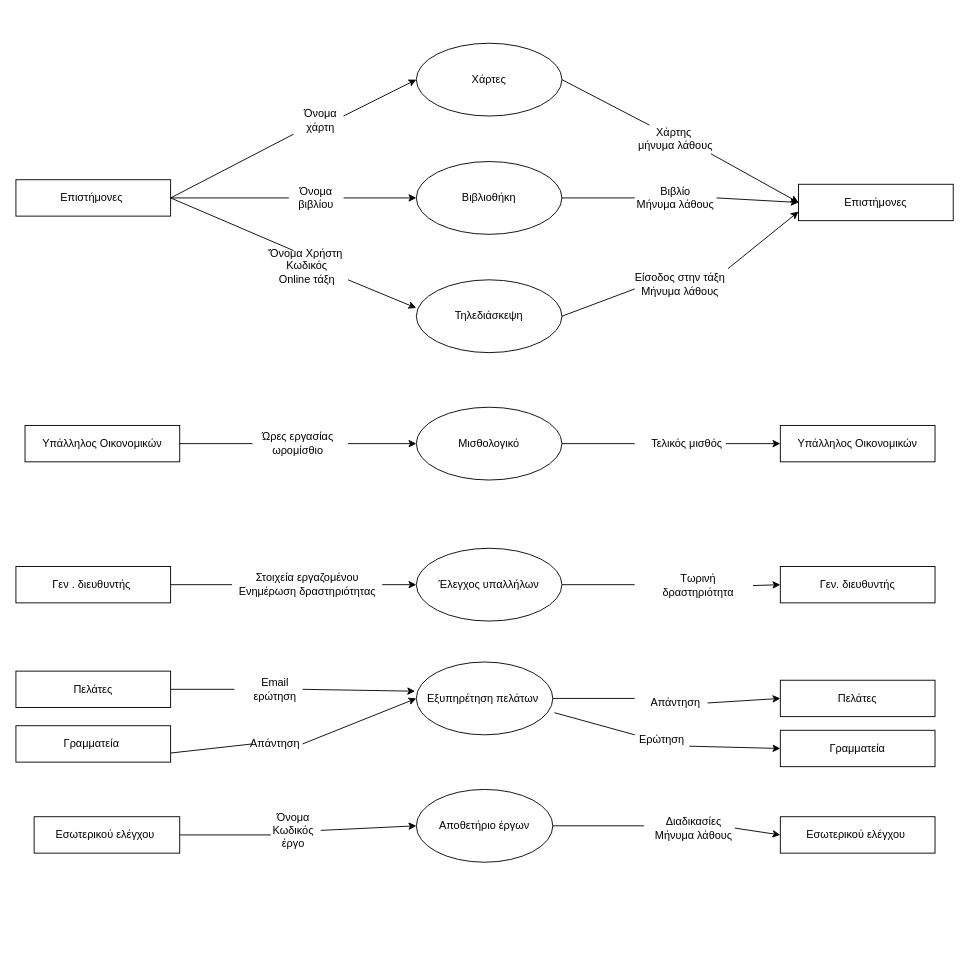
This is dfd2.drawio from vag4me/Information_system, a draw.io file, before an edit. Source tidied: cells renumbered, new cells numbered last; positions are measured from the earlier drawing's top-left corner, leaving out a move shared by most shapes. Both pictures are drawn from the tidied source at 91%, with x=0, y=0 at pixel (15, 43).
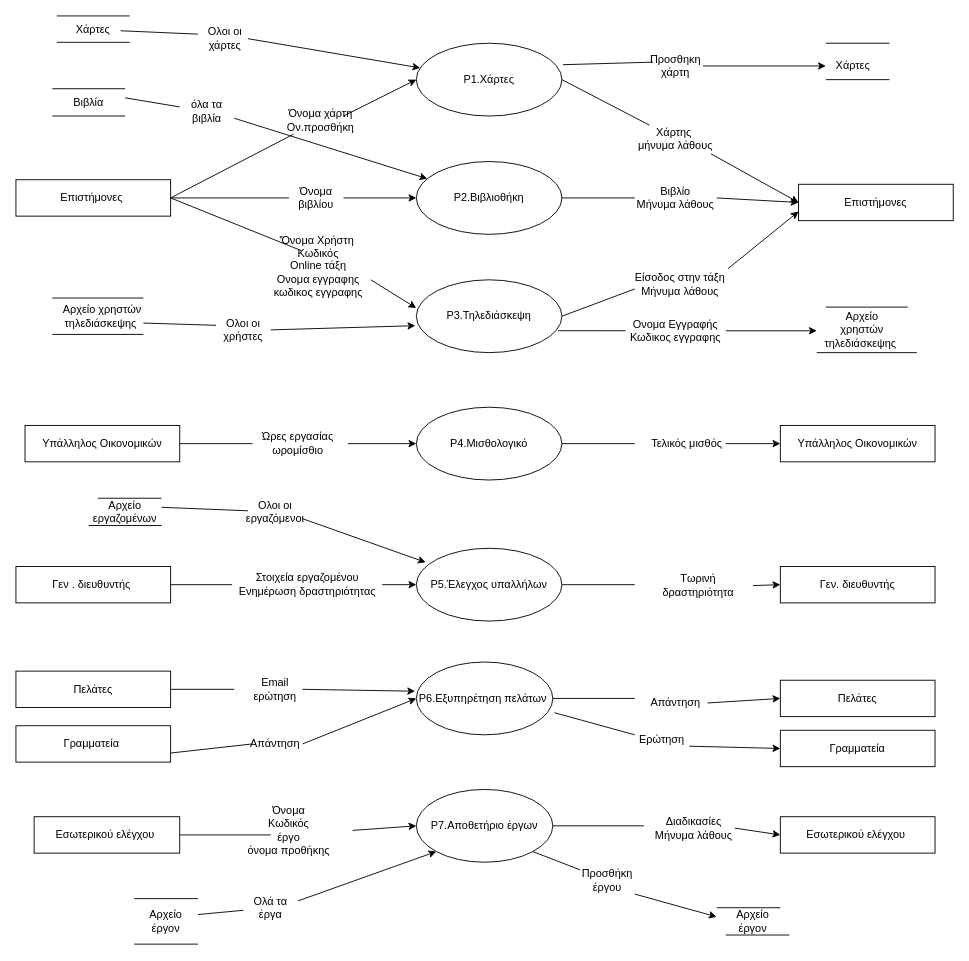
The same page after the edit.

What changed in the source:
```diff
@@
-    <mxCell id="3" value="Χάρτες" style="ellipse;whiteSpace=wrap;html=1;align=center;" parent="1" vertex="1">
+    <mxCell id="3" value="Ρ1.Χάρτες" style="ellipse;whiteSpace=wrap;html=1;align=center;" parent="1" vertex="1">
       <mxGeometry x="440" width="160" height="80" as="geometry" />
     </mxCell>
@@
-    <mxCell id="5" value="Όνομα χάρτη" style="text;html=1;strokeColor=none;fillColor=none;align=center;verticalAlign=middle;whiteSpace=wrap;rounded=0;" parent="1" vertex="1">
+    <mxCell id="5" value="Όνομα χάρτη&lt;br&gt;Ον.προσθήκη" style="text;html=1;strokeColor=none;fillColor=none;align=center;verticalAlign=middle;whiteSpace=wrap;rounded=0;" parent="1" vertex="1">
       <mxGeometry x="305" y="70" width="60" height="30" as="geometry" />
     </mxCell>
@@
-    <mxCell id="7" value="Βιβλιοθήκη" style="ellipse;whiteSpace=wrap;html=1;align=center;" parent="1" vertex="1">
+    <mxCell id="7" value="Ρ2.Βιβλιοθήκη" style="ellipse;whiteSpace=wrap;html=1;align=center;" parent="1" vertex="1">
       <mxGeometry x="440" y="130" width="160" height="80" as="geometry" />
     </mxCell>
@@
-    <mxCell id="11" value="Τηλεδιάσκεψη" style="ellipse;whiteSpace=wrap;html=1;align=center;" parent="1" vertex="1">
+    <mxCell id="11" value="Ρ3.Τηλεδιάσκεψη" style="ellipse;whiteSpace=wrap;html=1;align=center;" parent="1" vertex="1">
       <mxGeometry x="440" y="260" width="160" height="80" as="geometry" />
     </mxCell>
@@
-    <mxCell id="13" value="'Όνομα Χρήστη&amp;nbsp;&lt;br&gt;Κωδικός&lt;br&gt;Online τάξη" style="text;html=1;strokeColor=none;fillColor=none;align=center;verticalAlign=middle;whiteSpace=wrap;rounded=0;" parent="1" vertex="1">
-      <mxGeometry x="275" y="230" width="90" height="30" as="geometry" />
+    <mxCell id="13" value="'Όνομα Χρήστη&amp;nbsp;&lt;br&gt;Κωδικός&lt;br&gt;Online τάξη&lt;br&gt;Ονομα εγγραφης&lt;br&gt;κωδικος εγγραφης" style="text;html=1;strokeColor=none;fillColor=none;align=center;verticalAlign=middle;whiteSpace=wrap;rounded=0;" parent="1" vertex="1">
+      <mxGeometry x="275" y="230" width="115" height="30" as="geometry" />
     </mxCell>
@@
-    <mxCell id="26" value="Μισθολογικό" style="ellipse;whiteSpace=wrap;html=1;align=center;" parent="1" vertex="1">
+    <mxCell id="26" value="Ρ4.Μισθολογικό" style="ellipse;whiteSpace=wrap;html=1;align=center;" parent="1" vertex="1">
       <mxGeometry x="440" y="400" width="160" height="80" as="geometry" />
     </mxCell>
@@
-    <mxCell id="37" value="Έλεγχος υπαλλήλων" style="ellipse;whiteSpace=wrap;html=1;align=center;" parent="1" vertex="1">
+    <mxCell id="37" value="Ρ5.Έλεγχος υπαλλήλων" style="ellipse;whiteSpace=wrap;html=1;align=center;" parent="1" vertex="1">
       <mxGeometry x="440" y="555" width="160" height="80" as="geometry" />
     </mxCell>
@@
-    <mxCell id="46" value="Εξυπηρέτηση πελάτων&amp;nbsp;" style="ellipse;whiteSpace=wrap;html=1;align=center;" parent="1" vertex="1">
+    <mxCell id="46" value="Ρ6.Εξυπηρέτηση πελάτων&amp;nbsp;" style="ellipse;whiteSpace=wrap;html=1;align=center;" parent="1" vertex="1">
       <mxGeometry x="440" y="680" width="150" height="80" as="geometry" />
     </mxCell>
@@
-    <mxCell id="61" value="Αποθετήριο έργων" style="ellipse;whiteSpace=wrap;html=1;align=center;" parent="1" vertex="1">
+    <mxCell id="61" value="Ρ7.Αποθετήριο έργων" style="ellipse;whiteSpace=wrap;html=1;align=center;" parent="1" vertex="1">
       <mxGeometry x="440" y="820" width="150" height="80" as="geometry" />
     </mxCell>
@@
-    <mxCell id="63" value="Όνομα&lt;br&gt;Κωδικός&lt;br&gt;έργο" style="text;html=1;strokeColor=none;fillColor=none;align=center;verticalAlign=middle;whiteSpace=wrap;rounded=0;" parent="1" vertex="1">
-      <mxGeometry x="275" y="850" width="60" height="30" as="geometry" />
+    <mxCell id="63" value="Όνομα&lt;br&gt;Κωδικός&lt;br&gt;έργο&lt;br&gt;όνομα προθήκης" style="text;html=1;strokeColor=none;fillColor=none;align=center;verticalAlign=middle;whiteSpace=wrap;rounded=0;" parent="1" vertex="1">
+      <mxGeometry x="230" y="850" width="140" height="30" as="geometry" />
     </mxCell>
@@
+    <mxCell id="69" style="endArrow=none;html=1;rounded=0;" parent="1" edge="1">
+      <mxGeometry relative="1" as="geometry">
+        <mxPoint x="45" y="-30" as="sourcePoint" />
+        <mxPoint x="125" y="-30" as="targetPoint" />
+      </mxGeometry>
+    </mxCell>
+    <mxCell id="70" value="Χάρτες" style="text;html=1;strokeColor=none;fillColor=none;align=center;verticalAlign=middle;whiteSpace=wrap;rounded=0;" parent="1" vertex="1">
+      <mxGeometry x="55" y="-30" width="60" height="30" as="geometry" />
+    </mxCell>
+    <mxCell id="71" style="endArrow=none;html=1;rounded=0;" parent="1" edge="1" target="70">
+      <mxGeometry relative="1" as="geometry">
+        <mxPoint x="200" y="-10" as="sourcePoint" />
+      </mxGeometry>
+    </mxCell>
+    <mxCell id="72" value="Ολοι οι χάρτες" style="text;html=1;strokeColor=none;fillColor=none;align=center;verticalAlign=middle;whiteSpace=wrap;rounded=0;" parent="1" vertex="1">
+      <mxGeometry x="205" y="-20" width="50" height="30" as="geometry" />
+    </mxCell>
+    <mxCell id="73" style="endArrow=none;html=1;rounded=0;" parent="1" edge="1">
+      <mxGeometry relative="1" as="geometry">
+        <mxPoint x="45" y="-1" as="sourcePoint" />
+        <mxPoint x="125" y="-1" as="targetPoint" />
+      </mxGeometry>
+    </mxCell>
+    <mxCell id="74" style="endArrow=classic;html=1;rounded=0;exitX=1;exitY=0.5;exitDx=0;exitDy=0;" parent="1" edge="1" source="72" target="3">
+      <mxGeometry relative="1" as="geometry" />
+    </mxCell>
+    <mxCell id="75" style="endArrow=none;html=1;rounded=0;" parent="1" edge="1">
+      <mxGeometry relative="1" as="geometry">
+        <mxPoint x="40" y="50" as="sourcePoint" />
+        <mxPoint x="120" y="50" as="targetPoint" />
+      </mxGeometry>
+    </mxCell>
+    <mxCell id="76" style="endArrow=none;html=1;rounded=0;" parent="1" edge="1">
+      <mxGeometry relative="1" as="geometry">
+        <mxPoint x="40" y="80" as="sourcePoint" />
+        <mxPoint x="120" y="80" as="targetPoint" />
+      </mxGeometry>
+    </mxCell>
+    <mxCell id="77" value="Βιβλία" style="text;html=1;strokeColor=none;fillColor=none;align=center;verticalAlign=middle;whiteSpace=wrap;rounded=0;" parent="1" vertex="1">
+      <mxGeometry x="50" y="50" width="60" height="30" as="geometry" />
+    </mxCell>
+    <mxCell id="78" style="endArrow=none;html=1;rounded=0;" parent="1" edge="1">
+      <mxGeometry relative="1" as="geometry">
+        <mxPoint x="120" y="60" as="sourcePoint" />
+        <mxPoint x="180" y="70" as="targetPoint" />
+      </mxGeometry>
+    </mxCell>
+    <mxCell id="79" value="όλα τα βιβλία" style="text;html=1;strokeColor=none;fillColor=none;align=center;verticalAlign=middle;whiteSpace=wrap;rounded=0;" parent="1" vertex="1">
+      <mxGeometry x="180" y="60" width="60" height="30" as="geometry" />
+    </mxCell>
+    <mxCell id="80" style="endArrow=classic;html=1;rounded=0;exitX=1;exitY=0.75;exitDx=0;exitDy=0;" parent="1" edge="1" source="79" target="7">
+      <mxGeometry relative="1" as="geometry" />
+    </mxCell>
+    <mxCell id="81" style="endArrow=none;html=1;rounded=0;" parent="1" edge="1">
+      <mxGeometry relative="1" as="geometry">
+        <mxPoint x="40" y="280" as="sourcePoint" />
+        <mxPoint x="140" y="280" as="targetPoint" />
+      </mxGeometry>
+    </mxCell>
+    <mxCell id="82" value="Αρχείο χρηστών τηλεδιάσκεψης&amp;nbsp;" style="text;html=1;strokeColor=none;fillColor=none;align=center;verticalAlign=middle;whiteSpace=wrap;rounded=0;" parent="1" vertex="1">
+      <mxGeometry x="50" y="285" width="90" height="30" as="geometry" />
+    </mxCell>
+    <mxCell id="83" style="endArrow=none;html=1;rounded=0;" parent="1" edge="1">
+      <mxGeometry relative="1" as="geometry">
+        <mxPoint x="40" y="320" as="sourcePoint" />
+        <mxPoint x="140" y="320" as="targetPoint" />
+      </mxGeometry>
+    </mxCell>
+    <mxCell id="84" style="endArrow=none;html=1;rounded=0;exitX=1;exitY=0.75;exitDx=0;exitDy=0;" parent="1" edge="1" source="82">
+      <mxGeometry relative="1" as="geometry">
+        <mxPoint x="220" y="310" as="targetPoint" />
+      </mxGeometry>
+    </mxCell>
+    <mxCell id="85" value="Ολοι οι χρήστες" style="text;html=1;strokeColor=none;fillColor=none;align=center;verticalAlign=middle;whiteSpace=wrap;rounded=0;" parent="1" vertex="1">
+      <mxGeometry x="220" y="300" width="60" height="30" as="geometry" />
+    </mxCell>
+    <mxCell id="86" style="endArrow=classic;html=1;rounded=0;exitX=1;exitY=0.5;exitDx=0;exitDy=0;entryX=-0.007;entryY=0.63;entryDx=0;entryDy=0;entryPerimeter=0;" parent="1" edge="1" source="85" target="11">
+      <mxGeometry relative="1" as="geometry" />
+    </mxCell>
+    <mxCell id="87" style="endArrow=none;html=1;rounded=0;" parent="1" edge="1">
+      <mxGeometry relative="1" as="geometry">
+        <mxPoint x="90" y="500" as="sourcePoint" />
+        <mxPoint x="160" y="500" as="targetPoint" />
+      </mxGeometry>
+    </mxCell>
+    <mxCell id="88" value="Αρχείο εργαζομένων" style="text;html=1;strokeColor=none;fillColor=none;align=center;verticalAlign=middle;whiteSpace=wrap;rounded=0;" parent="1" vertex="1">
+      <mxGeometry x="90" y="500" width="60" height="30" as="geometry" />
+    </mxCell>
+    <mxCell id="89" style="endArrow=none;html=1;rounded=0;" parent="1" edge="1">
+      <mxGeometry relative="1" as="geometry">
+        <mxPoint x="80" y="530" as="sourcePoint" />
+        <mxPoint x="160" y="530" as="targetPoint" />
+      </mxGeometry>
+    </mxCell>
+    <mxCell id="90" style="endArrow=none;html=1;rounded=0;" parent="1" edge="1" target="91">
+      <mxGeometry relative="1" as="geometry">
+        <mxPoint x="160" y="510" as="sourcePoint" />
+      </mxGeometry>
+    </mxCell>
+    <mxCell id="91" value="Ολοι οι εργαζόμενοι" style="text;html=1;strokeColor=none;fillColor=none;align=center;verticalAlign=middle;whiteSpace=wrap;rounded=0;" parent="1" vertex="1">
+      <mxGeometry x="255" y="500" width="60" height="30" as="geometry" />
+    </mxCell>
+    <mxCell id="92" style="endArrow=classic;html=1;rounded=0;exitX=1;exitY=0.75;exitDx=0;exitDy=0;entryX=0.064;entryY=0.193;entryDx=0;entryDy=0;entryPerimeter=0;" parent="1" edge="1" source="91" target="37">
+      <mxGeometry relative="1" as="geometry" />
+    </mxCell>
+    <mxCell id="93" style="endArrow=none;html=1;rounded=0;" parent="1" edge="1">
+      <mxGeometry relative="1" as="geometry">
+        <mxPoint x="130" y="940" as="sourcePoint" />
+        <mxPoint x="200" y="940" as="targetPoint" />
+      </mxGeometry>
+    </mxCell>
+    <mxCell id="94" value="Αρχείο έργον" style="text;html=1;strokeColor=none;fillColor=none;align=center;verticalAlign=middle;whiteSpace=wrap;rounded=0;" parent="1" vertex="1">
+      <mxGeometry x="130" y="950" width="70" height="30" as="geometry" />
+    </mxCell>
+    <mxCell id="95" style="endArrow=none;html=1;rounded=0;" parent="1" edge="1">
+      <mxGeometry relative="1" as="geometry">
+        <mxPoint x="130" y="990" as="sourcePoint" />
+        <mxPoint x="200" y="990" as="targetPoint" />
+      </mxGeometry>
+    </mxCell>
+    <mxCell id="96" style="endArrow=none;html=1;rounded=0;exitX=1;exitY=0.25;exitDx=0;exitDy=0;" parent="1" edge="1" source="94" target="97">
+      <mxGeometry relative="1" as="geometry" />
+    </mxCell>
+    <mxCell id="97" value="Ολά τα έργα" style="text;html=1;strokeColor=none;fillColor=none;align=center;verticalAlign=middle;whiteSpace=wrap;rounded=0;" parent="1" vertex="1">
+      <mxGeometry x="250" y="935" width="60" height="30" as="geometry" />
+    </mxCell>
+    <mxCell id="98" style="endArrow=classic;html=1;rounded=0;entryX=0;entryY=1;entryDx=0;entryDy=0;exitX=1;exitY=0.25;exitDx=0;exitDy=0;" parent="1" edge="1" source="97" target="61">
+      <mxGeometry relative="1" as="geometry" />
+    </mxCell>
+    <mxCell id="99" style="endArrow=none;html=1;rounded=0;entryX=1;entryY=1;entryDx=0;entryDy=0;" parent="1" edge="1" source="100" target="61">
+      <mxGeometry relative="1" as="geometry" />
+    </mxCell>
+    <mxCell id="100" value="Προσθήκη έργου" style="text;html=1;strokeColor=none;fillColor=none;align=center;verticalAlign=middle;whiteSpace=wrap;rounded=0;" parent="1" vertex="1">
+      <mxGeometry x="620" y="905" width="60" height="30" as="geometry" />
+    </mxCell>
+    <mxCell id="101" style="endArrow=none;html=1;rounded=0;" parent="1" edge="1">
+      <mxGeometry relative="1" as="geometry">
+        <mxPoint x="770" y="950" as="sourcePoint" />
+        <mxPoint x="840" y="950" as="targetPoint" />
+      </mxGeometry>
+    </mxCell>
+    <mxCell id="102" value="Αρχείο έργον" style="text;html=1;strokeColor=none;fillColor=none;align=center;verticalAlign=middle;whiteSpace=wrap;rounded=0;" parent="1" vertex="1">
+      <mxGeometry x="780" y="950" width="60" height="30" as="geometry" />
+    </mxCell>
+    <mxCell id="103" style="endArrow=none;html=1;rounded=0;exitX=0;exitY=1;exitDx=0;exitDy=0;" parent="1" edge="1" source="102">
+      <mxGeometry relative="1" as="geometry">
+        <mxPoint x="850" y="980" as="targetPoint" />
+      </mxGeometry>
+    </mxCell>
+    <mxCell id="104" style="endArrow=classic;html=1;rounded=0;exitX=1;exitY=1;exitDx=0;exitDy=0;" parent="1" edge="1" source="100">
+      <mxGeometry relative="1" as="geometry">
+        <mxPoint x="770" y="960" as="targetPoint" />
+      </mxGeometry>
+    </mxCell>
+    <mxCell id="105" style="endArrow=none;html=1;rounded=0;" parent="1" edge="1">
+      <mxGeometry relative="1" as="geometry">
+        <mxPoint x="890" y="290" as="sourcePoint" />
+        <mxPoint x="980" y="290" as="targetPoint" />
+      </mxGeometry>
+    </mxCell>
+    <mxCell id="106" value="Αρχείο χρηστών τηλεδιάσκεψης&amp;nbsp;" style="text;html=1;strokeColor=none;fillColor=none;align=center;verticalAlign=middle;whiteSpace=wrap;rounded=0;" parent="1" vertex="1">
+      <mxGeometry x="900" y="300" width="60" height="30" as="geometry" />
+    </mxCell>
+    <mxCell id="107" style="endArrow=none;html=1;rounded=0;" parent="1" edge="1">
+      <mxGeometry relative="1" as="geometry">
+        <mxPoint x="880" y="340" as="sourcePoint" />
+        <mxPoint x="990" y="340" as="targetPoint" />
+      </mxGeometry>
+    </mxCell>
+    <mxCell id="108" style="endArrow=none;html=1;rounded=0;exitX=0.974;exitY=0.699;exitDx=0;exitDy=0;exitPerimeter=0;" parent="1" edge="1" source="11" target="109">
+      <mxGeometry relative="1" as="geometry" />
+    </mxCell>
+    <mxCell id="109" value="Ονομα Εγγραφής&lt;br&gt;Κωδικος εγγραφης" style="text;html=1;strokeColor=none;fillColor=none;align=center;verticalAlign=middle;whiteSpace=wrap;rounded=0;" parent="1" vertex="1">
+      <mxGeometry x="670" y="301" width="110" height="30" as="geometry" />
+    </mxCell>
+    <mxCell id="110" style="endArrow=classic;html=1;rounded=0;exitX=1;exitY=0.5;exitDx=0;exitDy=0;" parent="1" edge="1" source="109">
+      <mxGeometry relative="1" as="geometry">
+        <mxPoint x="880" y="316" as="targetPoint" />
+      </mxGeometry>
+    </mxCell>
+    <mxCell id="111" style="endArrow=none;html=1;rounded=0;" parent="1" edge="1">
+      <mxGeometry relative="1" as="geometry">
+        <mxPoint x="890" as="sourcePoint" />
+        <mxPoint x="960" as="targetPoint" />
+      </mxGeometry>
+    </mxCell>
+    <mxCell id="112" style="endArrow=none;html=1;rounded=0;" parent="1" edge="1">
+      <mxGeometry relative="1" as="geometry">
+        <mxPoint x="890" y="40" as="sourcePoint" />
+        <mxPoint x="960" y="40" as="targetPoint" />
+      </mxGeometry>
+    </mxCell>
+    <mxCell id="113" value="Χάρτες" style="text;html=1;strokeColor=none;fillColor=none;align=center;verticalAlign=middle;whiteSpace=wrap;rounded=0;" parent="1" vertex="1">
+      <mxGeometry x="890" y="10" width="60" height="30" as="geometry" />
+    </mxCell>
+    <mxCell id="114" style="endArrow=none;html=1;rounded=0;exitX=1.007;exitY=0.295;exitDx=0;exitDy=0;exitPerimeter=0;" parent="1" edge="1" source="3">
+      <mxGeometry relative="1" as="geometry">
+        <mxPoint x="700" y="20.8" as="targetPoint" />
+      </mxGeometry>
+    </mxCell>
+    <mxCell id="115" value="Προσθηκη χάρτη" style="text;html=1;strokeColor=none;fillColor=none;align=center;verticalAlign=middle;whiteSpace=wrap;rounded=0;" parent="1" vertex="1">
+      <mxGeometry x="695" y="10" width="60" height="30" as="geometry" />
+    </mxCell>
+    <mxCell id="116" style="endArrow=classic;html=1;rounded=0;exitX=1;exitY=0.5;exitDx=0;exitDy=0;entryX=0;entryY=0.5;entryDx=0;entryDy=0;" parent="1" edge="1" source="115" target="113">
+      <mxGeometry relative="1" as="geometry" />
+    </mxCell>
```
